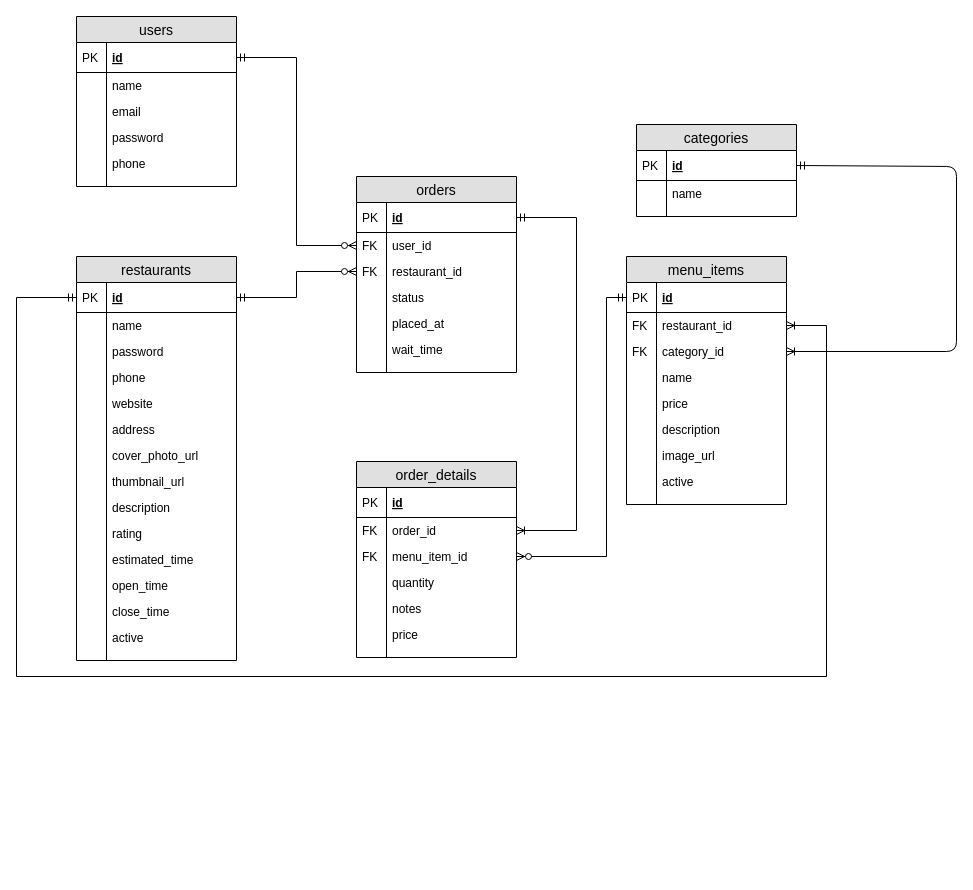
This is additional_resources/erd.drawio from mrchenliang/project_takeout, a draw.io file, before an edit. Source tidied: cells renumbered, new cells numbered last; positions are measured from the earlier drawing's top-left corner, leaving out a move shared by most shapes. Both pictures are drawn from the tidied source at 100%, with x=0, y=0 at pixel (16, 16).
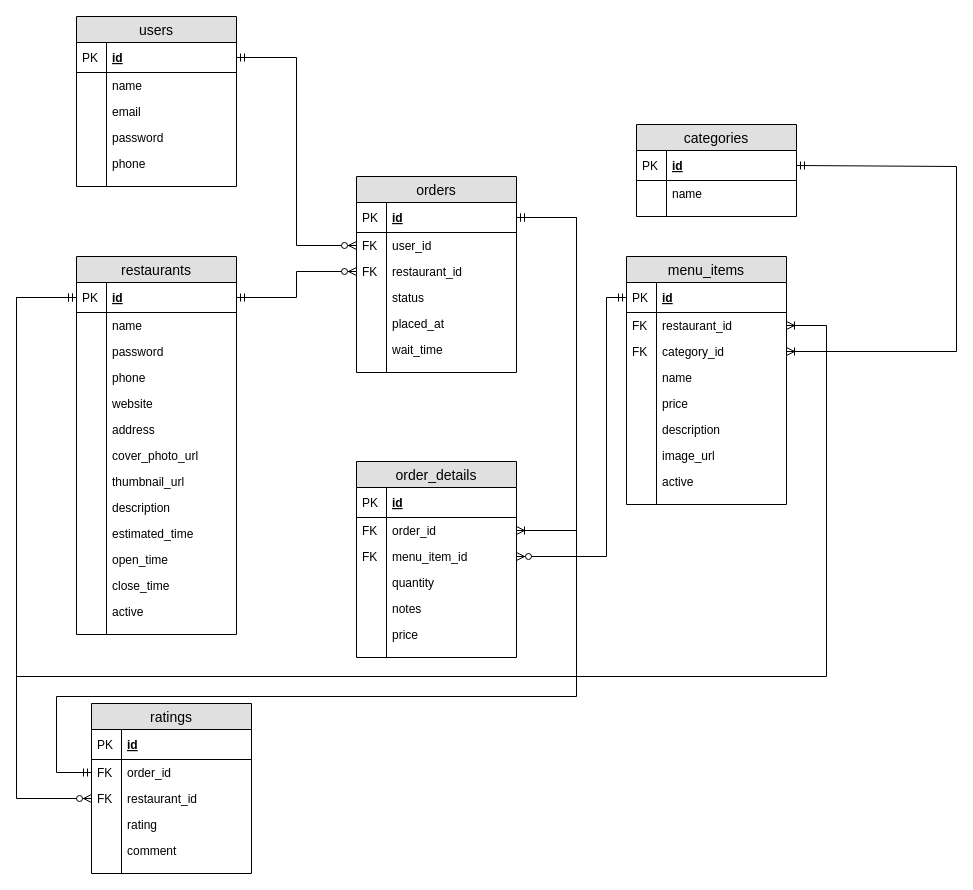
The same diagram, later.

Commit message:
Update erd.drawio with ratings table

The change refers to these unchanged cells:
```xml
<mxCell id="16" value="id" style="shape=partialRectangle;top=0;left=0;right=0;bottom=1;align=left;verticalAlign=middle;fillColor=none;spacingLeft=34;spacingRight=4;overflow=hidden;points=[[0,0.5],[1,0.5]];portConstraint=eastwest;fontStyle=5;fontSize=12;" parent="15" vertex="1">
  <mxGeometry y="26" width="160" height="30" as="geometry" />
</mxCell>
<mxCell id="51" value="category_id" style="shape=partialRectangle;top=0;left=0;right=0;bottom=0;align=left;verticalAlign=top;fillColor=none;spacingLeft=34;spacingRight=4;overflow=hidden;points=[[0,0.5],[1,0.5]];portConstraint=eastwest;fontSize=12;" parent="46" vertex="1">
  <mxGeometry y="82" width="160" height="26" as="geometry" />
</mxCell>
<mxCell id="66" value="id" style="shape=partialRectangle;top=0;left=0;right=0;bottom=1;align=left;verticalAlign=middle;fillColor=none;spacingLeft=34;spacingRight=4;overflow=hidden;points=[[0,0.5],[1,0.5]];portConstraint=eastwest;fontStyle=5;fontSize=12;" parent="65" vertex="1">
  <mxGeometry y="26" width="160" height="30" as="geometry" />
</mxCell>
<mxCell id="101" value="id" style="shape=partialRectangle;top=0;left=0;right=0;bottom=1;align=left;verticalAlign=middle;fillColor=none;spacingLeft=34;spacingRight=4;overflow=hidden;points=[[0,0.5],[1,0.5]];portConstraint=eastwest;fontStyle=5;fontSize=12;" parent="100" vertex="1">
  <mxGeometry y="26" width="160" height="30" as="geometry" />
</mxCell>
```

The edit, as a diff of the source:
```diff
@@
     <mxCell id="15" value="restaurants" style="swimlane;fontStyle=0;horizontal=1;startSize=26;fillColor=#e0e0e0;swimlaneFillColor=#ffffff;align=center;fontSize=14;" parent="1" vertex="1">
-      <mxGeometry x="60" y="240" width="160" height="404" as="geometry" />
+      <mxGeometry x="60" y="240" width="160" height="378" as="geometry" />
     </mxCell>
@@
-    <mxCell id="34" value="rating" style="shape=partialRectangle;top=0;left=0;right=0;bottom=0;align=left;verticalAlign=top;fillColor=none;spacingLeft=34;spacingRight=4;overflow=hidden;fontSize=12;" parent="15" vertex="1">
-      <mxGeometry y="264" width="160" height="26" as="geometry" />
-    </mxCell>
-    <mxCell id="35" style="shape=partialRectangle;top=0;left=0;bottom=0;fillColor=none;align=left;verticalAlign=top;spacingLeft=4;spacingRight=4;overflow=hidden;fontSize=12;" parent="34" vertex="1">
-      <mxGeometry width="30" height="26" as="geometry" />
-    </mxCell>
     <mxCell id="36" value="estimated_time" style="shape=partialRectangle;top=0;left=0;right=0;bottom=0;align=left;verticalAlign=top;fillColor=none;spacingLeft=34;spacingRight=4;overflow=hidden;fontSize=12;" parent="15" vertex="1">
-      <mxGeometry y="290" width="160" height="26" as="geometry" />
+      <mxGeometry y="264" width="160" height="26" as="geometry" />
     </mxCell>
@@
     <mxCell id="38" value="open_time" style="shape=partialRectangle;top=0;left=0;right=0;bottom=0;align=left;verticalAlign=top;fillColor=none;spacingLeft=34;spacingRight=4;overflow=hidden;fontSize=12;" parent="15" vertex="1">
-      <mxGeometry y="316" width="160" height="26" as="geometry" />
+      <mxGeometry y="290" width="160" height="26" as="geometry" />
     </mxCell>
@@
     <mxCell id="40" value="close_time" style="shape=partialRectangle;top=0;left=0;right=0;bottom=0;align=left;verticalAlign=top;fillColor=none;spacingLeft=34;spacingRight=4;overflow=hidden;fontSize=12;" parent="15" vertex="1">
-      <mxGeometry y="342" width="160" height="26" as="geometry" />
+      <mxGeometry y="316" width="160" height="26" as="geometry" />
     </mxCell>
@@
     <mxCell id="42" value="active" style="shape=partialRectangle;top=0;left=0;right=0;bottom=0;align=left;verticalAlign=top;fillColor=none;spacingLeft=34;spacingRight=4;overflow=hidden;fontSize=12;" parent="15" vertex="1">
-      <mxGeometry y="368" width="160" height="26" as="geometry" />
+      <mxGeometry y="342" width="160" height="26" as="geometry" />
     </mxCell>
@@
     <mxCell id="44" style="shape=partialRectangle;top=0;left=0;right=0;bottom=0;align=left;verticalAlign=top;fillColor=none;spacingLeft=34;spacingRight=4;overflow=hidden;fontSize=12;" parent="15" vertex="1">
-      <mxGeometry y="394" width="160" height="10" as="geometry" />
+      <mxGeometry y="368" width="160" height="10" as="geometry" />
     </mxCell>
@@
-    <mxCell id="107" style="endArrow=ERoneToMany;html=1;exitX=1;exitY=0.5;exitDx=0;exitDy=0;entryX=1;entryY=0.5;entryDx=0;entryDy=0;startArrow=ERmandOne;startFill=0;endFill=0;" parent="1" edge="1" source="101" target="51">
+    <mxCell id="107" style="endArrow=ERoneToMany;html=1;exitX=1;exitY=0.5;exitDx=0;exitDy=0;entryX=1;entryY=0.5;entryDx=0;entryDy=0;startArrow=ERmandOne;startFill=0;endFill=0;rounded=0;" parent="1" edge="1" source="101" target="51">
       <mxGeometry relative="1" as="geometry">
         <Array as="points">
           <mxPoint x="940" y="150" />
           <mxPoint x="940" y="335" />
         </Array>
       </mxGeometry>
     </mxCell>
+    <mxCell id="108" value="ratings" style="swimlane;fontStyle=0;horizontal=1;startSize=26;fillColor=#e0e0e0;swimlaneFillColor=#ffffff;align=center;fontSize=14;" parent="1" vertex="1">
+      <mxGeometry x="75" y="687" width="160" height="170" as="geometry" />
+    </mxCell>
+    <mxCell id="109" value="id" style="shape=partialRectangle;top=0;left=0;right=0;bottom=1;align=left;verticalAlign=middle;fillColor=none;spacingLeft=34;spacingRight=4;overflow=hidden;fontStyle=5;fontSize=12;" parent="108" vertex="1">
+      <mxGeometry y="26" width="160" height="30" as="geometry" />
+    </mxCell>
+    <mxCell id="110" value="PK" style="shape=partialRectangle;top=0;left=0;bottom=0;fillColor=none;align=left;verticalAlign=middle;spacingLeft=4;spacingRight=4;overflow=hidden;fontSize=12;" parent="109" vertex="1">
+      <mxGeometry width="30" height="30" as="geometry" />
+    </mxCell>
+    <mxCell id="111" value="order_id" style="shape=partialRectangle;top=0;left=0;right=0;bottom=0;align=left;verticalAlign=top;fillColor=none;spacingLeft=34;spacingRight=4;overflow=hidden;points=[[0,0.5],[1,0.5]];portConstraint=eastwest;fontSize=12;" parent="108" vertex="1">
+      <mxGeometry y="56" width="160" height="26" as="geometry" />
+    </mxCell>
+    <mxCell id="112" value="FK" style="shape=partialRectangle;top=0;left=0;bottom=0;fillColor=none;align=left;verticalAlign=top;spacingLeft=4;spacingRight=4;overflow=hidden;fontSize=12;" parent="111" vertex="1">
+      <mxGeometry width="30" height="26" as="geometry" />
+    </mxCell>
+    <mxCell id="113" value="restaurant_id" style="shape=partialRectangle;top=0;left=0;right=0;bottom=0;align=left;verticalAlign=top;fillColor=none;spacingLeft=34;spacingRight=4;overflow=hidden;points=[[0,0.5],[1,0.5]];portConstraint=eastwest;fontSize=12;" parent="108" vertex="1">
+      <mxGeometry y="82" width="160" height="26" as="geometry" />
+    </mxCell>
+    <mxCell id="114" value="FK" style="shape=partialRectangle;top=0;left=0;bottom=0;fillColor=none;align=left;verticalAlign=top;spacingLeft=4;spacingRight=4;overflow=hidden;fontSize=12;" parent="113" vertex="1">
+      <mxGeometry width="30" height="26" as="geometry" />
+    </mxCell>
+    <mxCell id="34" value="rating" style="shape=partialRectangle;top=0;left=0;right=0;bottom=0;align=left;verticalAlign=top;fillColor=none;spacingLeft=34;spacingRight=4;overflow=hidden;fontSize=12;" parent="108" vertex="1">
+      <mxGeometry y="108" width="160" height="26" as="geometry" />
+    </mxCell>
+    <mxCell id="115" style="shape=partialRectangle;top=0;left=0;bottom=0;fillColor=none;align=left;verticalAlign=top;spacingLeft=4;spacingRight=4;overflow=hidden;fontSize=12;" parent="34" vertex="1">
+      <mxGeometry width="30" height="26" as="geometry" />
+    </mxCell>
+    <mxCell id="116" value="comment" style="shape=partialRectangle;top=0;left=0;right=0;bottom=0;align=left;verticalAlign=top;fillColor=none;spacingLeft=34;spacingRight=4;overflow=hidden;fontSize=12;" parent="108" vertex="1">
+      <mxGeometry y="134" width="160" height="26" as="geometry" />
+    </mxCell>
+    <mxCell id="117" style="shape=partialRectangle;top=0;left=0;bottom=0;fillColor=none;align=left;verticalAlign=top;spacingLeft=4;spacingRight=4;overflow=hidden;fontSize=12;" parent="116" vertex="1">
+      <mxGeometry width="30" height="26" as="geometry" />
+    </mxCell>
+    <mxCell id="118" style="shape=partialRectangle;top=0;left=0;right=0;bottom=0;align=left;verticalAlign=top;fillColor=none;spacingLeft=34;spacingRight=4;overflow=hidden;fontSize=12;" parent="108" vertex="1">
+      <mxGeometry y="160" width="160" height="10" as="geometry" />
+    </mxCell>
+    <mxCell id="119" style="shape=partialRectangle;top=0;left=0;bottom=0;fillColor=none;align=left;verticalAlign=top;spacingLeft=4;spacingRight=4;overflow=hidden;fontSize=12;" parent="118" vertex="1">
+      <mxGeometry width="30" height="10" as="geometry" />
+    </mxCell>
+    <mxCell id="120" style="edgeStyle=orthogonalEdgeStyle;rounded=0;jettySize=auto;html=1;exitX=0;exitY=0.5;exitDx=0;exitDy=0;entryX=0;entryY=0.5;entryDx=0;entryDy=0;startArrow=ERmandOne;startFill=0;endArrow=ERzeroToMany;endFill=1;" parent="1" edge="1" source="16" target="113">
+      <mxGeometry relative="1" as="geometry">
+        <Array as="points">
+          <mxPoint y="281" />
+          <mxPoint y="782" />
+        </Array>
+      </mxGeometry>
+    </mxCell>
+    <mxCell id="121" style="edgeStyle=orthogonalEdgeStyle;rounded=0;jettySize=auto;html=1;exitX=1;exitY=0.5;exitDx=0;exitDy=0;entryX=0;entryY=0.5;entryDx=0;entryDy=0;startArrow=ERmandOne;startFill=0;endArrow=ERmandOne;endFill=0;" parent="1" edge="1" source="66" target="111">
+      <mxGeometry relative="1" as="geometry">
+        <Array as="points">
+          <mxPoint x="560" y="201" />
+          <mxPoint x="560" y="680" />
+          <mxPoint x="40" y="680" />
+          <mxPoint x="40" y="756" />
+        </Array>
+      </mxGeometry>
+    </mxCell>
```
